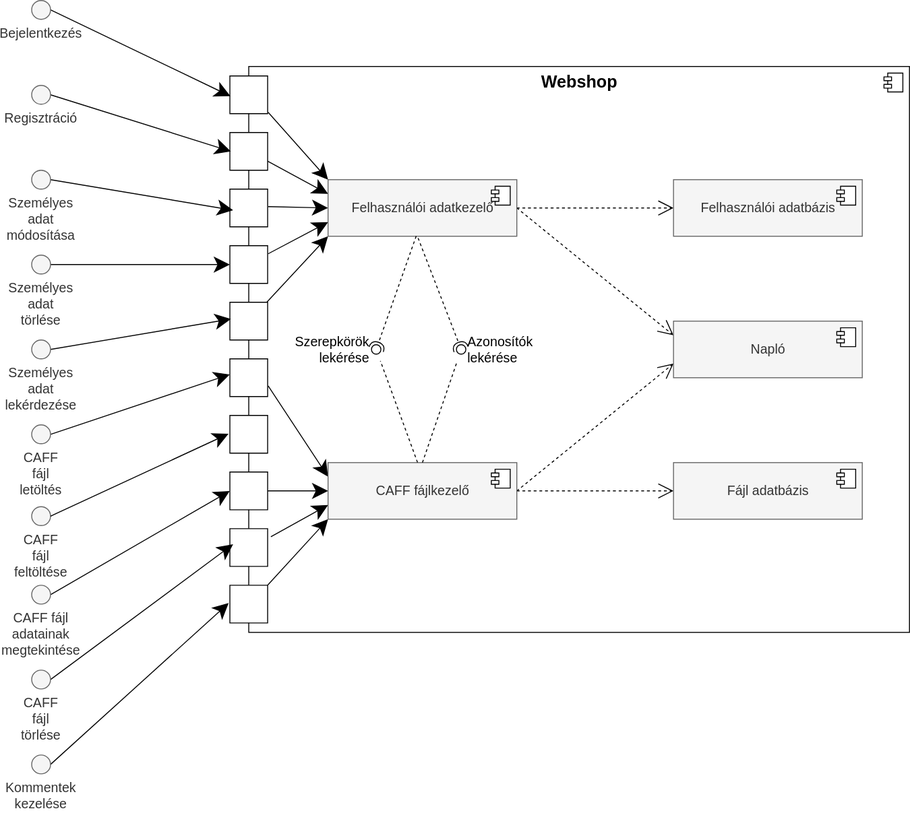
Earlier version of the draw.io export Pictures/Component_diagram.svg (Fylota/hagyma_crysys). Source tidied: cells renumbered, new cells last; positions are measured from the earlier drawing's top-left corner, leaving out a move shared by most shapes.
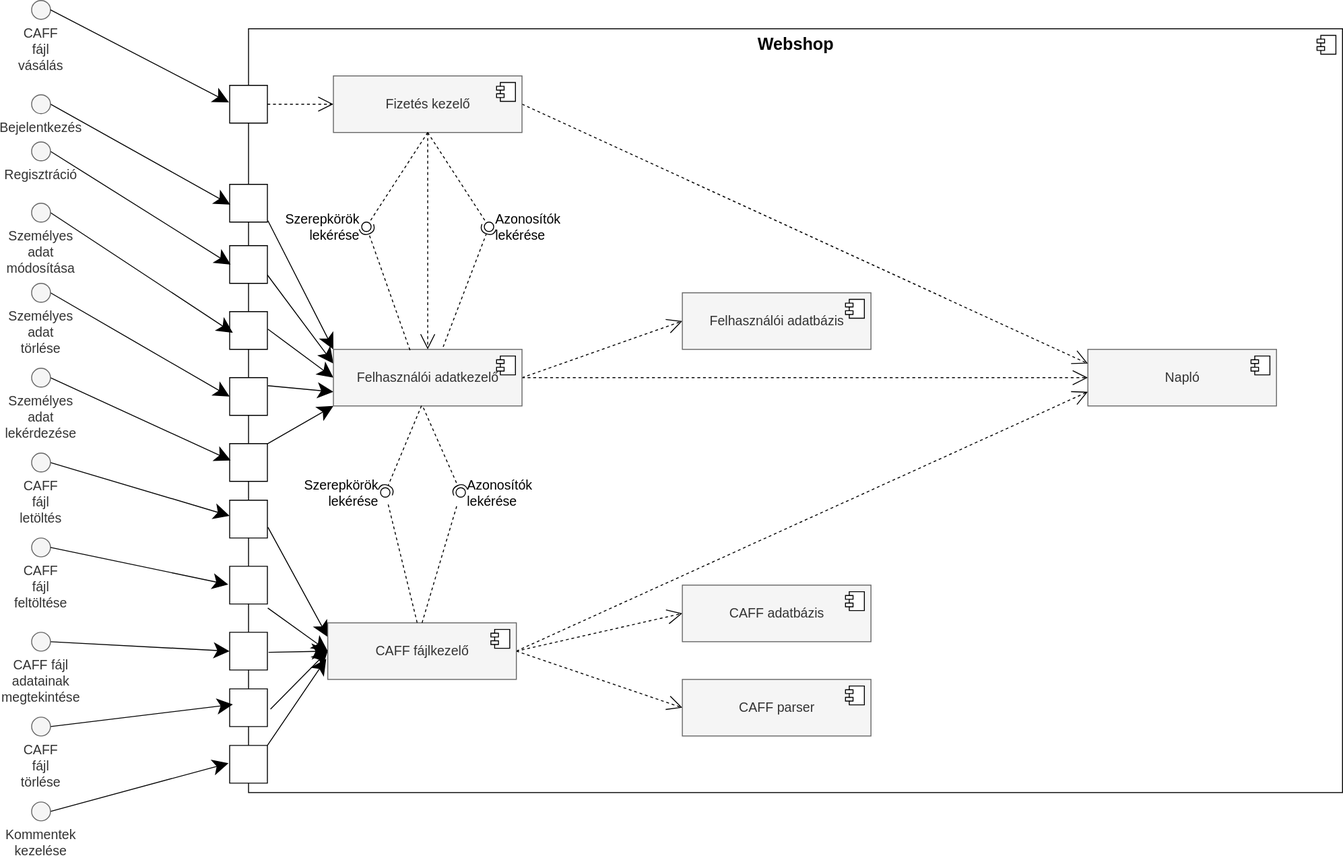
The same file after the commit.

Commit message:
component diagram updated

Diff of the diagram source:
```diff
@@ -5,3 +5,3 @@
     <mxCell id="2" value="&lt;b&gt;&lt;font style=&quot;font-size: 18px&quot;&gt;Webshop&lt;/font&gt;&lt;/b&gt;" style="html=1;hachureGap=4;verticalAlign=top;align=center;" parent="1" vertex="1">
-      <mxGeometry x="230" y="70" width="700" height="600" as="geometry" />
+      <mxGeometry x="230" y="70" width="1160" height="810" as="geometry" />
     </mxCell>
@@ -16,3 +16,3 @@
     <mxCell id="5" style="verticalLabelPosition=bottom;verticalAlign=top;html=1;shape=mxgraph.basic.rect;fillColor2=none;strokeWidth=1;size=20;indent=5;hachureGap=4;" parent="1" vertex="1">
-      <mxGeometry x="210" y="80" width="40" height="40" as="geometry" />
+      <mxGeometry x="210" y="235" width="40" height="40" as="geometry" />
     </mxCell>
@@ -22,3 +22,3 @@
     <mxCell id="7" style="verticalLabelPosition=bottom;verticalAlign=top;html=1;shape=mxgraph.basic.rect;fillColor2=none;strokeWidth=1;size=20;indent=5;hachureGap=4;" parent="1" vertex="1">
-      <mxGeometry x="210" y="140" width="40" height="40" as="geometry" />
+      <mxGeometry x="210" y="300" width="40" height="40" as="geometry" />
     </mxCell>
@@ -28,3 +28,3 @@
     <mxCell id="9" style="verticalLabelPosition=bottom;verticalAlign=top;html=1;shape=mxgraph.basic.rect;fillColor2=none;strokeWidth=1;size=20;indent=5;hachureGap=4;" parent="1" vertex="1">
-      <mxGeometry x="210" y="200" width="40" height="40" as="geometry" />
+      <mxGeometry x="210" y="370" width="40" height="40" as="geometry" />
     </mxCell>
@@ -34,3 +34,3 @@
     <mxCell id="11" style="verticalLabelPosition=bottom;verticalAlign=top;html=1;shape=mxgraph.basic.rect;fillColor2=none;strokeWidth=1;size=20;indent=5;hachureGap=4;" parent="1" vertex="1">
-      <mxGeometry x="210" y="260" width="40" height="40" as="geometry" />
+      <mxGeometry x="210" y="440" width="40" height="40" as="geometry" />
     </mxCell>
@@ -40,3 +40,3 @@
     <mxCell id="13" style="verticalLabelPosition=bottom;verticalAlign=top;html=1;shape=mxgraph.basic.rect;fillColor2=none;strokeWidth=1;size=20;indent=5;hachureGap=4;" parent="1" vertex="1">
-      <mxGeometry x="210" y="320" width="40" height="40" as="geometry" />
+      <mxGeometry x="210" y="510" width="40" height="40" as="geometry" />
     </mxCell>
@@ -46,13 +46,11 @@
     <mxCell id="15" style="verticalLabelPosition=bottom;verticalAlign=top;html=1;shape=mxgraph.basic.rect;fillColor2=none;strokeWidth=1;size=20;indent=5;hachureGap=4;" parent="1" vertex="1">
-      <mxGeometry x="210" y="380" width="40" height="40" as="geometry" />
+      <mxGeometry x="210" y="570" width="40" height="40" as="geometry" />
     </mxCell>
-    <mxCell id="16" style="edgeStyle=none;curved=1;rounded=0;jettySize=auto;html=1;entryX=0;entryY=0.5;entryDx=0;entryDy=0;fontSize=14;endArrow=classic;endFill=1;startSize=14;endSize=14;sourcePerimeterSpacing=8;targetPerimeterSpacing=8;" parent="1" edge="1" target="28">
-      <mxGeometry relative="1" as="geometry">
-        <mxPoint x="250" y="520" as="sourcePoint" />
-      </mxGeometry>
+    <mxCell id="16" style="edgeStyle=none;curved=1;rounded=0;jettySize=auto;html=1;entryX=0;entryY=0.5;entryDx=0;entryDy=0;fontSize=14;endArrow=classic;endFill=1;startSize=14;endSize=14;sourcePerimeterSpacing=8;targetPerimeterSpacing=8;exitX=1.031;exitY=0.531;exitDx=0;exitDy=0;exitPerimeter=0;" parent="1" edge="1" source="17" target="28">
+      <mxGeometry relative="1" as="geometry" />
     </mxCell>
     <mxCell id="17" style="verticalLabelPosition=bottom;verticalAlign=top;html=1;shape=mxgraph.basic.rect;fillColor2=none;strokeWidth=1;size=20;indent=5;hachureGap=4;" parent="1" vertex="1">
-      <mxGeometry x="210" y="500" width="40" height="40" as="geometry" />
+      <mxGeometry x="210" y="710" width="40" height="40" as="geometry" />
     </mxCell>
-    <mxCell id="18" style="edgeStyle=none;curved=1;rounded=0;jettySize=auto;html=1;entryX=0;entryY=1;entryDx=0;entryDy=0;fontSize=14;endArrow=classic;endFill=1;startSize=14;endSize=14;sourcePerimeterSpacing=8;targetPerimeterSpacing=8;exitX=1;exitY=0;exitDx=0;exitDy=0;exitPerimeter=0;" parent="1" edge="1" source="19" target="28">
+    <mxCell id="18" style="edgeStyle=none;curved=1;rounded=0;jettySize=auto;html=1;entryX=-0.008;entryY=0.636;entryDx=0;entryDy=0;fontSize=14;endArrow=classic;endFill=1;startSize=14;endSize=14;sourcePerimeterSpacing=8;targetPerimeterSpacing=8;exitX=1;exitY=0;exitDx=0;exitDy=0;exitPerimeter=0;entryPerimeter=0;" parent="1" edge="1" source="19" target="28">
       <mxGeometry relative="1" as="geometry" />
@@ -60,5 +58,5 @@
     <mxCell id="19" style="verticalLabelPosition=bottom;verticalAlign=top;html=1;shape=mxgraph.basic.rect;fillColor2=none;strokeWidth=1;size=20;indent=5;hachureGap=4;" parent="1" vertex="1">
-      <mxGeometry x="210" y="620" width="40" height="40" as="geometry" />
+      <mxGeometry x="210" y="830" width="40" height="40" as="geometry" />
     </mxCell>
-    <mxCell id="20" style="edgeStyle=none;curved=1;rounded=0;jettySize=auto;html=1;entryX=0;entryY=0.75;entryDx=0;entryDy=0;fontSize=14;endArrow=classic;endFill=1;startSize=14;endSize=14;sourcePerimeterSpacing=8;targetPerimeterSpacing=8;exitX=1.086;exitY=0.214;exitDx=0;exitDy=0;exitPerimeter=0;" parent="1" edge="1" source="21" target="28">
+    <mxCell id="20" style="edgeStyle=none;curved=1;rounded=0;jettySize=auto;html=1;entryX=0;entryY=0.5;entryDx=0;entryDy=0;fontSize=14;endArrow=classic;endFill=1;startSize=14;endSize=14;sourcePerimeterSpacing=8;targetPerimeterSpacing=8;exitX=1.082;exitY=0.537;exitDx=0;exitDy=0;exitPerimeter=0;" parent="1" edge="1" source="21" target="28">
       <mxGeometry relative="1" as="geometry" />
@@ -66,5 +64,5 @@
     <mxCell id="21" style="verticalLabelPosition=bottom;verticalAlign=top;html=1;shape=mxgraph.basic.rect;fillColor2=none;strokeWidth=1;size=20;indent=5;hachureGap=4;" parent="1" vertex="1">
-      <mxGeometry x="210" y="560" width="40" height="40" as="geometry" />
+      <mxGeometry x="210" y="770" width="40" height="40" as="geometry" />
     </mxCell>
-    <mxCell id="22" style="edgeStyle=none;curved=1;rounded=0;jettySize=auto;html=1;exitX=1;exitY=0.5;exitDx=0;exitDy=0;entryX=0;entryY=0.25;entryDx=0;entryDy=0;fontSize=14;endArrow=open;endFill=0;startSize=14;endSize=14;sourcePerimeterSpacing=8;targetPerimeterSpacing=8;dashed=1;" parent="1" edge="1" source="24" target="52">
+    <mxCell id="22" style="edgeStyle=none;curved=1;rounded=0;jettySize=auto;html=1;exitX=1;exitY=0.5;exitDx=0;exitDy=0;entryX=0;entryY=0.5;entryDx=0;entryDy=0;fontSize=14;endArrow=open;endFill=0;startSize=14;endSize=14;sourcePerimeterSpacing=8;targetPerimeterSpacing=8;dashed=1;" parent="1" edge="1" source="24" target="52">
       <mxGeometry relative="1" as="geometry" />
@@ -75,3 +73,3 @@
     <mxCell id="24" value="&lt;font style=&quot;font-size: 14px&quot;&gt;Felhasználói adatkezelő&lt;/font&gt;" style="html=1;hachureGap=4;align=center;verticalAlign=middle;fillColor=#f5f5f5;strokeColor=#666666;fontColor=#333333;" parent="1" vertex="1">
-      <mxGeometry x="314" y="190" width="200" height="60" as="geometry" />
+      <mxGeometry x="320" y="410" width="200" height="60" as="geometry" />
     </mxCell>
@@ -88,4 +86,7 @@
     </mxCell>
+    <mxCell id="63" style="edgeStyle=none;rounded=0;jettySize=auto;html=1;entryX=0;entryY=0.5;entryDx=0;entryDy=0;endSize=14;exitX=1;exitY=0.5;exitDx=0;exitDy=0;dashed=1;endArrow=open;endFill=0;" parent="1" edge="1" source="28" target="69">
+      <mxGeometry relative="1" as="geometry" />
+    </mxCell>
     <mxCell id="28" value="&lt;font style=&quot;font-size: 14px&quot;&gt;CAFF fájlkezelő&lt;/font&gt;" style="html=1;hachureGap=4;align=center;verticalAlign=middle;fillColor=#f5f5f5;strokeColor=#666666;fontColor=#333333;" parent="1" vertex="1">
-      <mxGeometry x="314" y="490" width="200" height="60" as="geometry" />
+      <mxGeometry x="314" y="700" width="200" height="60" as="geometry" />
     </mxCell>
@@ -100,3 +101,3 @@
     <mxCell id="31" value="&lt;font style=&quot;font-size: 14px&quot;&gt;Bejelentkezés&lt;/font&gt;" style="ellipse;whiteSpace=wrap;html=1;hachureGap=4;align=center;verticalAlign=top;fillColor=#f5f5f5;strokeColor=#666666;fontColor=#333333;labelPosition=center;verticalLabelPosition=bottom;" parent="1" vertex="1">
-      <mxGeometry width="20" height="20" as="geometry" />
+      <mxGeometry y="140" width="20" height="20" as="geometry" />
     </mxCell>
@@ -106,3 +107,3 @@
     <mxCell id="33" value="Regisztráció" style="ellipse;whiteSpace=wrap;html=1;hachureGap=4;align=center;verticalAlign=top;fillColor=#f5f5f5;strokeColor=#666666;fontColor=#333333;labelPosition=center;verticalLabelPosition=bottom;fontSize=14;" parent="1" vertex="1">
-      <mxGeometry y="90" width="20" height="20" as="geometry" />
+      <mxGeometry y="190" width="20" height="20" as="geometry" />
     </mxCell>
@@ -112,3 +113,3 @@
     <mxCell id="35" value="Személyes adat módosítása" style="ellipse;whiteSpace=wrap;html=1;hachureGap=4;align=center;verticalAlign=top;fillColor=#f5f5f5;strokeColor=#666666;fontColor=#333333;labelPosition=center;verticalLabelPosition=bottom;fontSize=14;" parent="1" vertex="1">
-      <mxGeometry y="180" width="20" height="20" as="geometry" />
+      <mxGeometry y="255" width="20" height="20" as="geometry" />
     </mxCell>
@@ -118,3 +119,3 @@
     <mxCell id="37" value="Személyes adat törlése" style="ellipse;whiteSpace=wrap;html=1;hachureGap=4;align=center;verticalAlign=top;fillColor=#f5f5f5;strokeColor=#666666;fontColor=#333333;labelPosition=center;verticalLabelPosition=bottom;fontSize=14;" parent="1" vertex="1">
-      <mxGeometry y="270" width="20" height="20" as="geometry" />
+      <mxGeometry y="340" width="20" height="20" as="geometry" />
     </mxCell>
@@ -124,3 +125,3 @@
     <mxCell id="39" value="Személyes adat lekérdezése" style="ellipse;whiteSpace=wrap;html=1;hachureGap=4;align=center;verticalAlign=top;fillColor=#f5f5f5;strokeColor=#666666;fontColor=#333333;labelPosition=center;verticalLabelPosition=bottom;fontSize=14;" parent="1" vertex="1">
-      <mxGeometry y="360" width="20" height="20" as="geometry" />
+      <mxGeometry y="430" width="20" height="20" as="geometry" />
     </mxCell>
@@ -130,3 +131,3 @@
     <mxCell id="41" value="CAFF fájl letöltés" style="ellipse;whiteSpace=wrap;html=1;hachureGap=4;align=center;verticalAlign=top;fillColor=#f5f5f5;strokeColor=#666666;fontColor=#333333;labelPosition=center;verticalLabelPosition=bottom;fontSize=14;" parent="1" vertex="1">
-      <mxGeometry y="450" width="20" height="20" as="geometry" />
+      <mxGeometry y="520" width="20" height="20" as="geometry" />
     </mxCell>
@@ -136,3 +137,3 @@
     <mxCell id="43" value="CAFF fájl adatainak megtekintése" style="ellipse;whiteSpace=wrap;html=1;hachureGap=4;align=center;verticalAlign=top;fillColor=#f5f5f5;strokeColor=#666666;fontColor=#333333;labelPosition=center;verticalLabelPosition=bottom;fontSize=14;" parent="1" vertex="1">
-      <mxGeometry y="620" width="20" height="20" as="geometry" />
+      <mxGeometry y="710" width="20" height="20" as="geometry" />
     </mxCell>
@@ -142,3 +143,3 @@
     <mxCell id="45" value="CAFF fájl törlése" style="ellipse;whiteSpace=wrap;html=1;hachureGap=4;align=center;verticalAlign=top;fillColor=#f5f5f5;strokeColor=#666666;fontColor=#333333;labelPosition=center;verticalLabelPosition=bottom;fontSize=14;" parent="1" vertex="1">
-      <mxGeometry y="710" width="20" height="20" as="geometry" />
+      <mxGeometry y="800" width="20" height="20" as="geometry" />
     </mxCell>
@@ -148,6 +149,6 @@
     <mxCell id="47" value="Kommentek kezelése" style="ellipse;whiteSpace=wrap;html=1;hachureGap=4;align=center;verticalAlign=top;fillColor=#f5f5f5;strokeColor=#666666;fontColor=#333333;labelPosition=center;verticalLabelPosition=bottom;fontSize=14;" parent="1" vertex="1">
-      <mxGeometry y="800" width="20" height="20" as="geometry" />
+      <mxGeometry y="890" width="20" height="20" as="geometry" />
     </mxCell>
     <mxCell id="48" value="&lt;font style=&quot;font-size: 14px&quot;&gt;Felhasználói adatbázis&lt;/font&gt;" style="html=1;hachureGap=4;align=center;verticalAlign=middle;fillColor=#f5f5f5;strokeColor=#666666;fontColor=#333333;" parent="1" vertex="1">
-      <mxGeometry x="680" y="190" width="200" height="60" as="geometry" />
+      <mxGeometry x="690" y="350" width="200" height="60" as="geometry" />
     </mxCell>
@@ -158,4 +159,4 @@
     </mxCell>
-    <mxCell id="50" value="&lt;font style=&quot;font-size: 14px&quot;&gt;Fájl adatbázis&lt;/font&gt;" style="html=1;hachureGap=4;align=center;verticalAlign=middle;fillColor=#f5f5f5;strokeColor=#666666;fontColor=#333333;" parent="1" vertex="1">
-      <mxGeometry x="680" y="490" width="200" height="60" as="geometry" />
+    <mxCell id="50" value="&lt;font style=&quot;font-size: 14px&quot;&gt;CAFF adatbázis&lt;/font&gt;" style="html=1;hachureGap=4;align=center;verticalAlign=middle;fillColor=#f5f5f5;strokeColor=#666666;fontColor=#333333;" parent="1" vertex="1">
+      <mxGeometry x="690" y="660" width="200" height="60" as="geometry" />
     </mxCell>
@@ -167,3 +168,3 @@
     <mxCell id="52" value="&lt;font style=&quot;font-size: 14px&quot;&gt;Napló&lt;/font&gt;" style="html=1;hachureGap=4;align=center;verticalAlign=middle;fillColor=#f5f5f5;strokeColor=#666666;fontColor=#333333;" parent="1" vertex="1">
-      <mxGeometry x="680" y="340" width="200" height="60" as="geometry" />
+      <mxGeometry x="1120" y="410" width="200" height="60" as="geometry" />
     </mxCell>
@@ -181,3 +182,3 @@
     <mxCell id="56" value="&lt;font style=&quot;font-size: 14px&quot;&gt;Szerepkörök lekérése&lt;/font&gt;" style="ellipse;whiteSpace=wrap;html=1;fontFamily=Helvetica;fontSize=12;fontColor=#000000;align=right;strokeColor=#000000;fillColor=#ffffff;points=[];hachureGap=4;rotation=0;direction=south;labelPosition=left;verticalLabelPosition=middle;verticalAlign=middle;" parent="1" vertex="1">
-      <mxGeometry x="360" y="365" width="10" height="10" as="geometry" />
+      <mxGeometry x="370" y="556.7" width="10" height="10" as="geometry" />
     </mxCell>
@@ -190,9 +191,9 @@
     <mxCell id="59" value="&lt;font style=&quot;font-size: 14px&quot;&gt;Azonosítók lekérése&lt;/font&gt;" style="ellipse;whiteSpace=wrap;html=1;fontFamily=Helvetica;fontSize=12;fontColor=#000000;align=left;strokeColor=#000000;fillColor=#ffffff;points=[];hachureGap=4;labelPosition=right;verticalLabelPosition=middle;verticalAlign=middle;" parent="1" vertex="1">
-      <mxGeometry x="450" y="365" width="10" height="10" as="geometry" />
+      <mxGeometry x="450" y="556.7" width="10" height="10" as="geometry" />
     </mxCell>
     <mxCell id="60" style="verticalLabelPosition=bottom;verticalAlign=top;html=1;shape=mxgraph.basic.rect;fillColor2=none;strokeWidth=1;size=20;indent=5;hachureGap=4;" parent="1" vertex="1">
-      <mxGeometry x="210" y="440" width="40" height="40" as="geometry" />
+      <mxGeometry x="210" y="640" width="40" height="40" as="geometry" />
     </mxCell>
     <mxCell id="61" value="CAFF fájl feltöltése" style="ellipse;whiteSpace=wrap;html=1;hachureGap=4;align=center;verticalAlign=top;fillColor=#f5f5f5;strokeColor=#666666;fontColor=#333333;labelPosition=center;verticalLabelPosition=bottom;fontSize=14;" parent="1" vertex="1">
-      <mxGeometry y="536.7" width="20" height="20" as="geometry" />
+      <mxGeometry y="610" width="20" height="20" as="geometry" />
     </mxCell>
@@ -201,2 +202,57 @@
     </mxCell>
+    <mxCell id="64" style="edgeStyle=none;rounded=0;jettySize=auto;html=1;entryX=0;entryY=0.5;entryDx=0;entryDy=0;dashed=1;fontSize=14;endArrow=open;endFill=0;endSize=14;" parent="1" edge="1" source="65" target="73">
+      <mxGeometry relative="1" as="geometry" />
+    </mxCell>
+    <mxCell id="65" style="verticalLabelPosition=bottom;verticalAlign=top;html=1;shape=mxgraph.basic.rect;fillColor2=none;strokeWidth=1;size=20;indent=5;hachureGap=4;" parent="1" vertex="1">
+      <mxGeometry x="210" y="130" width="40" height="40" as="geometry" />
+    </mxCell>
+    <mxCell id="66" value="CAFF fájl vásálás" style="ellipse;whiteSpace=wrap;html=1;hachureGap=4;align=center;verticalAlign=top;fillColor=#f5f5f5;strokeColor=#666666;fontColor=#333333;labelPosition=center;verticalLabelPosition=bottom;fontSize=14;" parent="1" vertex="1">
+      <mxGeometry y="40" width="20" height="20" as="geometry" />
+    </mxCell>
+    <mxCell id="67" style="edgeStyle=none;curved=1;rounded=0;jettySize=auto;html=1;exitX=1;exitY=0.5;exitDx=0;exitDy=0;entryX=-0.019;entryY=0.451;entryDx=0;entryDy=0;entryPerimeter=0;fontSize=14;endArrow=classic;endFill=1;startSize=14;endSize=14;sourcePerimeterSpacing=8;targetPerimeterSpacing=8;" parent="1" edge="1" source="66" target="65">
+      <mxGeometry relative="1" as="geometry" />
+    </mxCell>
+    <mxCell id="68" style="edgeStyle=none;curved=1;rounded=0;jettySize=auto;html=1;entryX=0;entryY=0.5;entryDx=0;entryDy=0;fontSize=14;endArrow=classic;endFill=1;startSize=14;endSize=14;sourcePerimeterSpacing=8;targetPerimeterSpacing=8;exitX=1.011;exitY=1.108;exitDx=0;exitDy=0;exitPerimeter=0;" parent="1" edge="1" source="60" target="28">
+      <mxGeometry relative="1" as="geometry" />
+    </mxCell>
+    <mxCell id="69" value="&lt;font style=&quot;font-size: 14px&quot;&gt;CAFF parser&lt;br&gt;&lt;/font&gt;" style="html=1;hachureGap=4;align=center;verticalAlign=middle;fillColor=#f5f5f5;strokeColor=#666666;fontColor=#333333;" parent="1" vertex="1">
+      <mxGeometry x="690" y="760" width="200" height="60" as="geometry" />
+    </mxCell>
+    <mxCell id="70" style="shape=module;jettyWidth=8;jettyHeight=4;" parent="69" vertex="1">
+      <mxGeometry x="1" width="20" height="20" relative="1" as="geometry">
+        <mxPoint x="-27" y="7" as="offset" />
+      </mxGeometry>
+    </mxCell>
+    <mxCell id="71" style="edgeStyle=none;rounded=0;jettySize=auto;html=1;entryX=0;entryY=0.25;entryDx=0;entryDy=0;dashed=1;fontSize=14;endArrow=open;endFill=0;endSize=14;exitX=1;exitY=0.5;exitDx=0;exitDy=0;" parent="1" edge="1" source="73" target="52">
+      <mxGeometry relative="1" as="geometry" />
+    </mxCell>
+    <mxCell id="72" style="edgeStyle=none;rounded=0;jettySize=auto;html=1;entryX=0.5;entryY=0;entryDx=0;entryDy=0;dashed=1;fontSize=14;endArrow=open;endFill=0;endSize=14;" parent="1" edge="1" source="73" target="24">
+      <mxGeometry relative="1" as="geometry" />
+    </mxCell>
+    <mxCell id="73" value="&lt;font style=&quot;font-size: 14px;&quot;&gt;Fizetés kezelő&lt;/font&gt;" style="html=1;hachureGap=4;align=center;verticalAlign=middle;fillColor=#f5f5f5;strokeColor=#666666;fontColor=#333333;" parent="1" vertex="1">
+      <mxGeometry x="320" y="120" width="200" height="60" as="geometry" />
+    </mxCell>
+    <mxCell id="74" style="shape=module;jettyWidth=8;jettyHeight=4;" parent="73" vertex="1">
+      <mxGeometry x="1" width="20" height="20" relative="1" as="geometry">
+        <mxPoint x="-27" y="7" as="offset" />
+      </mxGeometry>
+    </mxCell>
+    <mxCell id="75" style="rounded=0;jettySize=auto;html=1;endArrow=none;endFill=0;sketch=0;sourcePerimeterSpacing=0;targetPerimeterSpacing=0;dashed=1;fontSize=14;endSize=14;exitX=0.5;exitY=1;exitDx=0;exitDy=0;" parent="1" edge="1" source="73" target="77">
+      <mxGeometry relative="1" as="geometry" />
+    </mxCell>
+    <mxCell id="76" style="rounded=0;jettySize=auto;html=1;endArrow=halfCircle;endFill=0;entryX=0.5;entryY=0.5;endSize=6;strokeWidth=1;sketch=0;dashed=1;fontSize=14;exitX=0.582;exitY=-0.044;exitDx=0;exitDy=0;exitPerimeter=0;" parent="1" edge="1" source="24" target="77">
+      <mxGeometry relative="1" as="geometry" />
+    </mxCell>
+    <mxCell id="77" value="Azonosítók lekérése" style="ellipse;whiteSpace=wrap;html=1;align=left;points=[];outlineConnect=0;sketch=0;fontSize=14;labelPosition=right;verticalLabelPosition=middle;verticalAlign=middle;" parent="1" vertex="1">
+      <mxGeometry x="480" y="275" width="10" height="10" as="geometry" />
+    </mxCell>
+    <mxCell id="78" style="rounded=0;jettySize=auto;html=1;endArrow=none;endFill=0;sketch=0;sourcePerimeterSpacing=0;targetPerimeterSpacing=0;dashed=1;fontSize=14;endSize=14;labelPosition=left;verticalLabelPosition=middle;align=right;verticalAlign=middle;exitX=0.5;exitY=1;exitDx=0;exitDy=0;" parent="1" edge="1" source="73" target="80">
+      <mxGeometry relative="1" as="geometry" />
+    </mxCell>
+    <mxCell id="79" style="rounded=0;jettySize=auto;html=1;endArrow=halfCircle;endFill=0;entryX=0.5;entryY=0.5;endSize=6;strokeWidth=1;sketch=0;dashed=1;fontSize=14;exitX=0.406;exitY=0.015;exitDx=0;exitDy=0;exitPerimeter=0;" parent="1" edge="1" source="24" target="80">
+      <mxGeometry relative="1" as="geometry" />
+    </mxCell>
+    <mxCell id="80" value="Szerepkörök lekérése" style="ellipse;whiteSpace=wrap;html=1;align=right;points=[];outlineConnect=0;sketch=0;fontSize=14;labelPosition=left;verticalLabelPosition=middle;verticalAlign=middle;" parent="1" vertex="1">
+      <mxGeometry x="350" y="275" width="10" height="10" as="geometry" />
+    </mxCell>
   </root>
```
